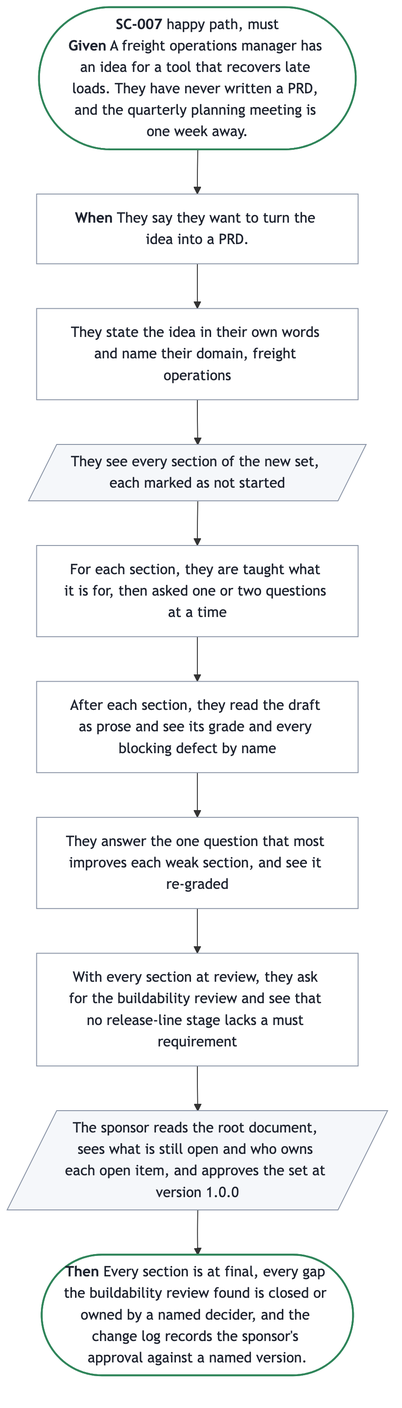
Before: docs/prd/prd-forge/diagrams/SC-007.png, a diagram exported from Mermaid (SpillwaveSolutions/prd-forge). Its source is kept beside it as docs/prd/prd-forge/diagrams/SC-007.mmd.
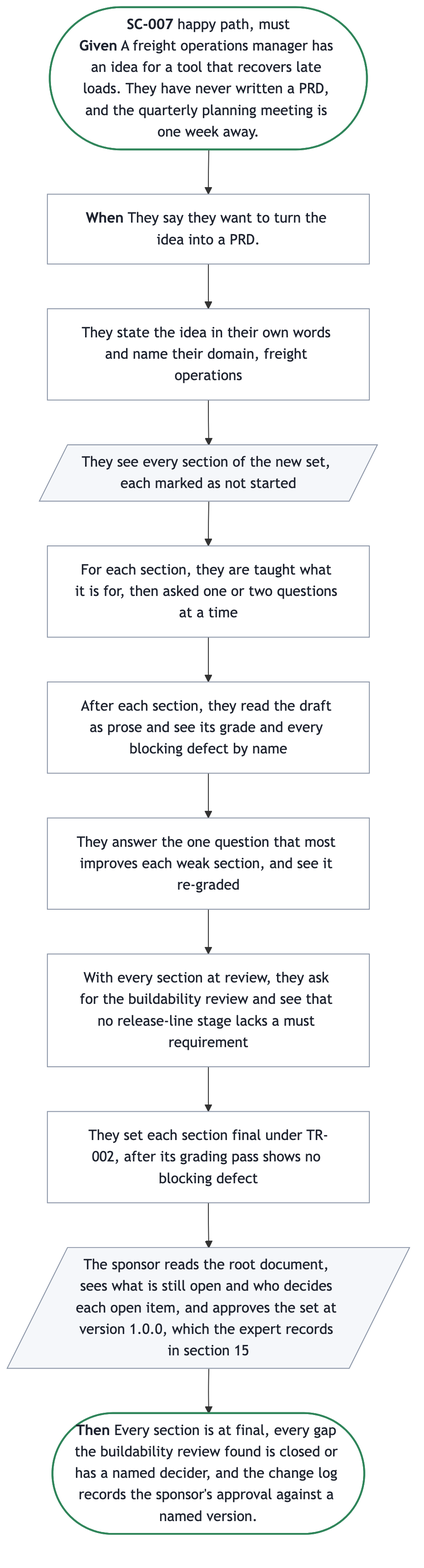
The same diagram one commit later.

The edit, as a diff of the source:
```diff
@@ -8,9 +8,10 @@
   s3["After each section, they read the draft as prose and see its grade and every blocking defect by name"]
   s4["They answer the one question that most improves each weak section, and see it re-graded"]
   s5["With every section at review, they ask for the buildability review and see that no release-line stage lacks a must requirement"]
-  s6[/"The sponsor reads the root document, sees what is still open and who owns each open item, and approves the set at version 1.0.0"/]
-  done(["<b>Then</b> Every section is at final, every gap the buildability review found is closed or owned by a named decider, and the change log records the sponsor's approval against a named version."])
-  start --> trigger --> s0 --> s1 --> s2 --> s3 --> s4 --> s5 --> s6 --> done
+  s6["They set each section final under TR-002, after its grading pass shows no blocking defect"]
+  s7[/"The sponsor reads the root document, sees what is still open and who decides each open item, and approves the set at version 1.0.0, which the expert records in section 15"/]
+  done(["<b>Then</b> Every section is at final, every gap the buildability review found is closed or has a named decider, and the change log records the sponsor's approval against a named version."])
+  start --> trigger --> s0 --> s1 --> s2 --> s3 --> s4 --> s5 --> s6 --> s7 --> done
   classDef ends fill:#FFFFFF,stroke:#2F855A,stroke-width:2px,color:#1F2430
   classDef sees fill:#F5F7FA,stroke:#8A94A6,color:#1F2430
   classDef does fill:#FFFFFF,stroke:#8A94A6,color:#1F2430
@@ -21,5 +22,6 @@
   class s3 does
   class s4 does
   class s5 does
-  class s6 sees
+  class s6 does
+  class s7 sees
   class trigger does
```
